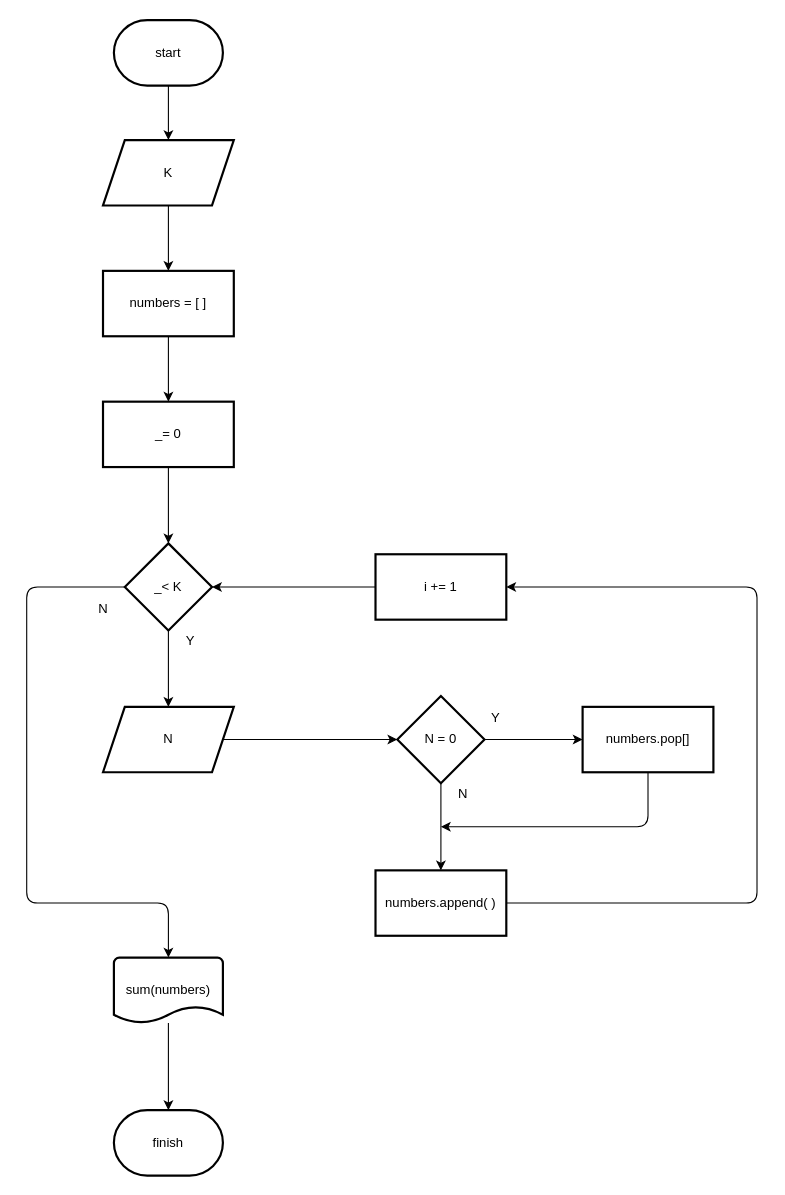
Gyeongrok-Oh/boj keeps this draw.io diagram as stage/19_stack/10773.drawio. Above is the earlier version. Source tidied: cells renumbered, new cells numbered last; positions are measured from the earlier drawing's top-left corner, leaving out a move shared by most shapes. Both pictures are drawn from the tidied source at 109%, with x=0, y=0 at pixel (26, 20).
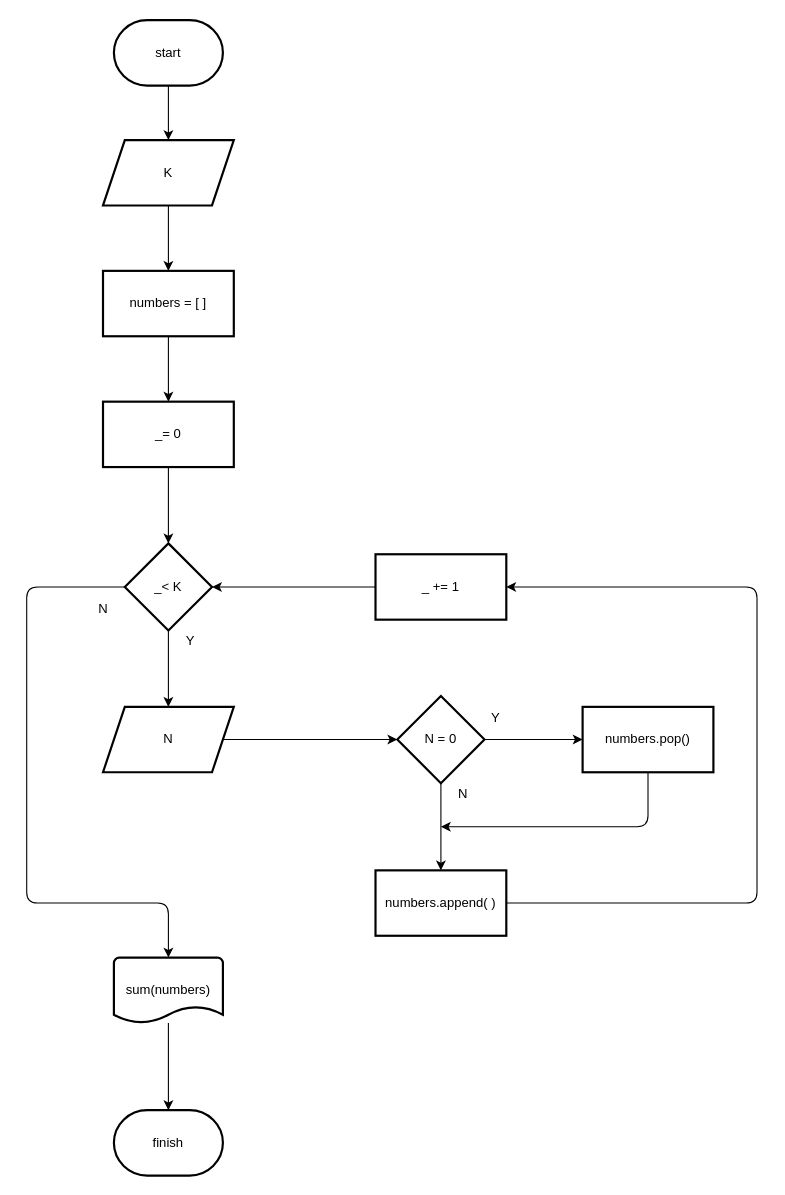
After the change.

The edit, as a diff of the source:
```diff
@@
-    <mxCell id="12" value="i += 1" style="whiteSpace=wrap;html=1;strokeWidth=2;" parent="1" vertex="1">
+    <mxCell id="12" value="_ += 1" style="whiteSpace=wrap;html=1;strokeWidth=2;" parent="1" vertex="1">
       <mxGeometry x="320" y="490" width="120" height="60" as="geometry" />
     </mxCell>
@@
-    <mxCell id="23" value="numbers.pop[]" style="whiteSpace=wrap;html=1;strokeWidth=2;" parent="1" vertex="1">
+    <mxCell id="23" value="numbers.pop()" style="whiteSpace=wrap;html=1;strokeWidth=2;" parent="1" vertex="1">
       <mxGeometry x="510" y="630" width="120" height="60" as="geometry" />
     </mxCell>
```
